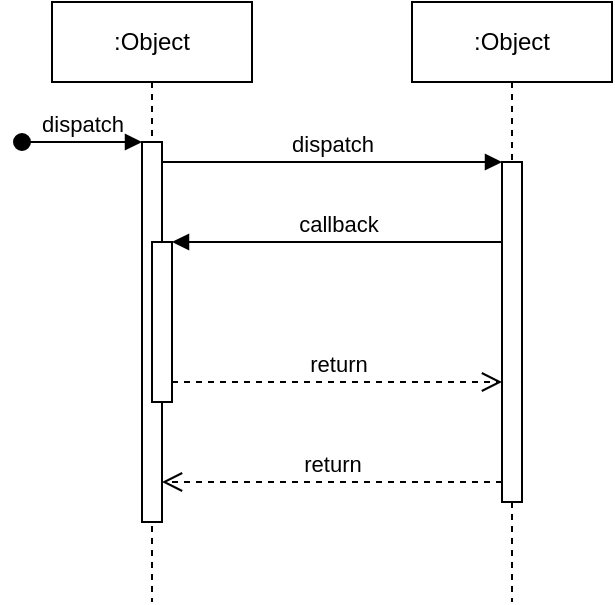
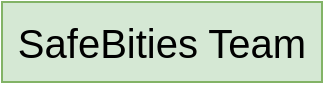
- <mxfile host="app.diagrams.net" agent="Mozilla/5.0 (Android 14; Mobile; rv:136.0) Gecko/136.0 Firefox/136.0" version="26.1.1" pages="2">
+ <mxfile host="app.diagrams.net" agent="Mozilla/5.0 (Windows NT 10.0; Win64; x64; rv:136.0) Gecko/20100101 Firefox/136.0" version="26.1.1">
  <diagram name="Page-1" id="2YBvvXClWsGukQMizWep">
-     <mxGraphModel dx="1259" dy="1066" grid="1" gridSize="10" guides="1" tooltips="1" connect="1" arrows="1" fold="1" page="1" pageScale="1" pageWidth="850" pageHeight="1100" math="0" shadow="0">
+     <mxGraphModel dx="734" dy="513" grid="1" gridSize="10" guides="1" tooltips="1" connect="1" arrows="1" fold="1" page="1" pageScale="1" pageWidth="850" pageHeight="1100" math="0" shadow="0">
      <root>
        <mxCell id="0" />
        <mxCell id="1" parent="0" />
-         <mxCell id="aM9ryv3xv72pqoxQDRHE-1" value=":Object" style="shape=umlLifeline;perimeter=lifelinePerimeter;whiteSpace=wrap;html=1;container=0;dropTarget=0;collapsible=0;recursiveResize=0;outlineConnect=0;portConstraint=eastwest;newEdgeStyle={&quot;edgeStyle&quot;:&quot;elbowEdgeStyle&quot;,&quot;elbow&quot;:&quot;vertical&quot;,&quot;curved&quot;:0,&quot;rounded&quot;:0};" vertex="1" parent="1">
-           <mxGeometry x="40" y="40" width="100" height="300" as="geometry" />
-         </mxCell>
-         <mxCell id="aM9ryv3xv72pqoxQDRHE-2" value="" style="html=1;points=[];perimeter=orthogonalPerimeter;outlineConnect=0;targetShapes=umlLifeline;portConstraint=eastwest;newEdgeStyle={&quot;edgeStyle&quot;:&quot;elbowEdgeStyle&quot;,&quot;elbow&quot;:&quot;vertical&quot;,&quot;curved&quot;:0,&quot;rounded&quot;:0};" vertex="1" parent="aM9ryv3xv72pqoxQDRHE-1">
-           <mxGeometry x="45" y="70" width="10" height="190" as="geometry" />
-         </mxCell>
-         <mxCell id="aM9ryv3xv72pqoxQDRHE-3" value="dispatch" style="html=1;verticalAlign=bottom;startArrow=oval;endArrow=block;startSize=8;edgeStyle=elbowEdgeStyle;elbow=vertical;curved=0;rounded=0;" edge="1" parent="aM9ryv3xv72pqoxQDRHE-1" target="aM9ryv3xv72pqoxQDRHE-2">
-           <mxGeometry relative="1" as="geometry">
-             <mxPoint x="-15" y="70" as="sourcePoint" />
-           </mxGeometry>
-         </mxCell>
-         <mxCell id="aM9ryv3xv72pqoxQDRHE-4" value="" style="html=1;points=[];perimeter=orthogonalPerimeter;outlineConnect=0;targetShapes=umlLifeline;portConstraint=eastwest;newEdgeStyle={&quot;edgeStyle&quot;:&quot;elbowEdgeStyle&quot;,&quot;elbow&quot;:&quot;vertical&quot;,&quot;curved&quot;:0,&quot;rounded&quot;:0};" vertex="1" parent="aM9ryv3xv72pqoxQDRHE-1">
-           <mxGeometry x="50" y="120" width="10" height="80" as="geometry" />
-         </mxCell>
-         <mxCell id="aM9ryv3xv72pqoxQDRHE-5" value=":Object" style="shape=umlLifeline;perimeter=lifelinePerimeter;whiteSpace=wrap;html=1;container=0;dropTarget=0;collapsible=0;recursiveResize=0;outlineConnect=0;portConstraint=eastwest;newEdgeStyle={&quot;edgeStyle&quot;:&quot;elbowEdgeStyle&quot;,&quot;elbow&quot;:&quot;vertical&quot;,&quot;curved&quot;:0,&quot;rounded&quot;:0};" vertex="1" parent="1">
-           <mxGeometry x="220" y="40" width="100" height="300" as="geometry" />
-         </mxCell>
-         <mxCell id="aM9ryv3xv72pqoxQDRHE-6" value="" style="html=1;points=[];perimeter=orthogonalPerimeter;outlineConnect=0;targetShapes=umlLifeline;portConstraint=eastwest;newEdgeStyle={&quot;edgeStyle&quot;:&quot;elbowEdgeStyle&quot;,&quot;elbow&quot;:&quot;vertical&quot;,&quot;curved&quot;:0,&quot;rounded&quot;:0};" vertex="1" parent="aM9ryv3xv72pqoxQDRHE-5">
-           <mxGeometry x="45" y="80" width="10" height="170" as="geometry" />
-         </mxCell>
-         <mxCell id="aM9ryv3xv72pqoxQDRHE-7" value="dispatch" style="html=1;verticalAlign=bottom;endArrow=block;edgeStyle=elbowEdgeStyle;elbow=vertical;curved=0;rounded=0;" edge="1" parent="1" source="aM9ryv3xv72pqoxQDRHE-2" target="aM9ryv3xv72pqoxQDRHE-6">
-           <mxGeometry relative="1" as="geometry">
-             <mxPoint x="195" y="130" as="sourcePoint" />
-             <Array as="points">
-               <mxPoint x="180" y="120" />
-             </Array>
-           </mxGeometry>
-         </mxCell>
-         <mxCell id="aM9ryv3xv72pqoxQDRHE-8" value="return" style="html=1;verticalAlign=bottom;endArrow=open;dashed=1;endSize=8;edgeStyle=elbowEdgeStyle;elbow=vertical;curved=0;rounded=0;" edge="1" parent="1" source="aM9ryv3xv72pqoxQDRHE-6" target="aM9ryv3xv72pqoxQDRHE-2">
-           <mxGeometry relative="1" as="geometry">
-             <mxPoint x="195" y="205" as="targetPoint" />
-             <Array as="points">
-               <mxPoint x="190" y="280" />
-             </Array>
-           </mxGeometry>
-         </mxCell>
-         <mxCell id="aM9ryv3xv72pqoxQDRHE-9" value="callback" style="html=1;verticalAlign=bottom;endArrow=block;edgeStyle=elbowEdgeStyle;elbow=vertical;curved=0;rounded=0;" edge="1" parent="1" source="aM9ryv3xv72pqoxQDRHE-6" target="aM9ryv3xv72pqoxQDRHE-4">
-           <mxGeometry relative="1" as="geometry">
-             <mxPoint x="175" y="160" as="sourcePoint" />
-             <Array as="points">
-               <mxPoint x="190" y="160" />
-             </Array>
-           </mxGeometry>
-         </mxCell>
-         <mxCell id="aM9ryv3xv72pqoxQDRHE-10" value="return" style="html=1;verticalAlign=bottom;endArrow=open;dashed=1;endSize=8;edgeStyle=elbowEdgeStyle;elbow=vertical;curved=0;rounded=0;" edge="1" parent="1" source="aM9ryv3xv72pqoxQDRHE-4" target="aM9ryv3xv72pqoxQDRHE-6">
-           <mxGeometry relative="1" as="geometry">
-             <mxPoint x="175" y="235" as="targetPoint" />
-             <Array as="points">
-               <mxPoint x="180" y="230" />
-             </Array>
-           </mxGeometry>
+         <mxCell id="A5JozRjDHFhs0DxVc6Os-2" value="&lt;font style=&quot;font-size: 20px;&quot;&gt;SafeBities Team&lt;/font&gt;" style="rounded=0;whiteSpace=wrap;html=1;fillColor=#d5e8d4;strokeColor=#82b366;" vertex="1" parent="1">
+           <mxGeometry x="360" y="80" width="160" height="40" as="geometry" />
        </mxCell>
      </root>
    </mxGraphModel>
  </diagram>
-   <diagram id="GDqzTtGh5U3eKhpXsbu2" name="Page-2">
-     <mxGraphModel dx="344" dy="595" grid="0" gridSize="10" guides="1" tooltips="1" connect="1" arrows="1" fold="1" page="0" pageScale="1" pageWidth="850" pageHeight="1100" math="0" shadow="0">
-       <root>
-         <mxCell id="0" />
-         <mxCell id="1" parent="0" />
-       </root>
-     </mxGraphModel>
-   </diagram>
</mxfile>
